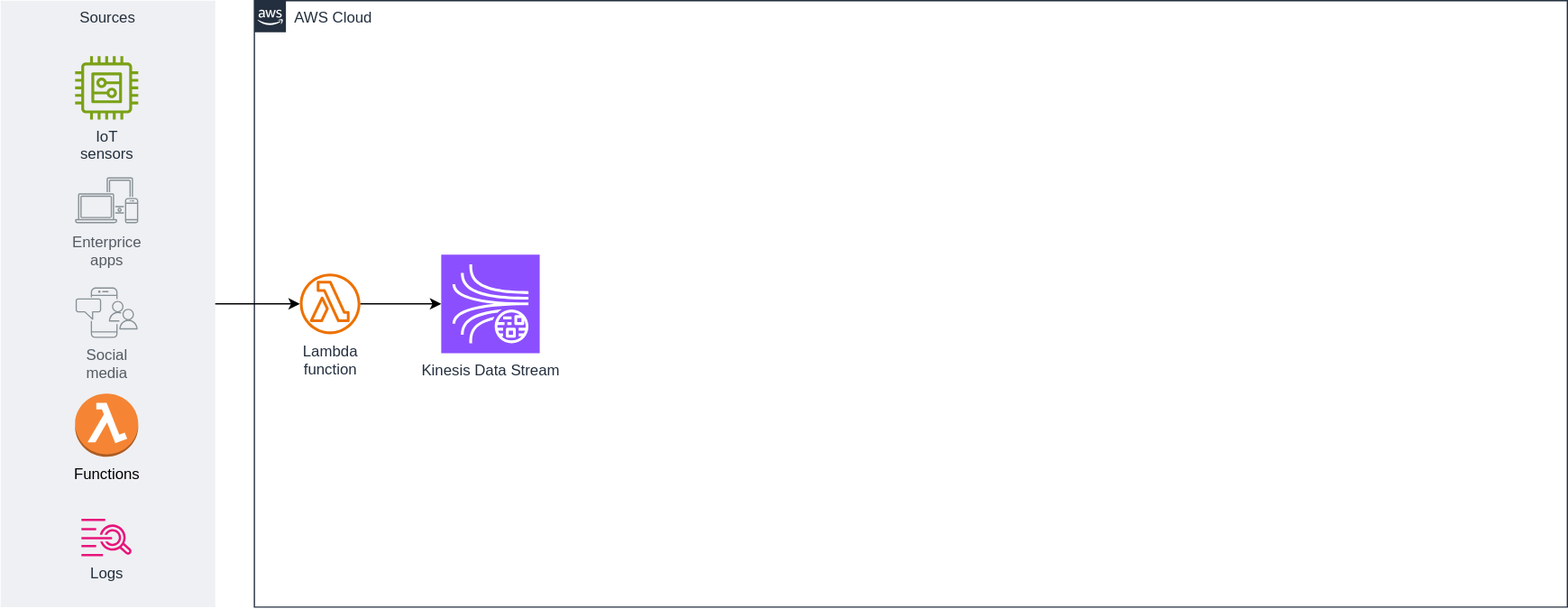
Above: data-batch-and-stream-architecture-pattern.drawio.svg in edgarinhm/b4bit-architecture-scalable-challenge (draw.io), before the change. Source tidied: cells renumbered, new cells last; positions are measured from the earlier drawing's top-left corner, leaving out a move shared by most shapes.
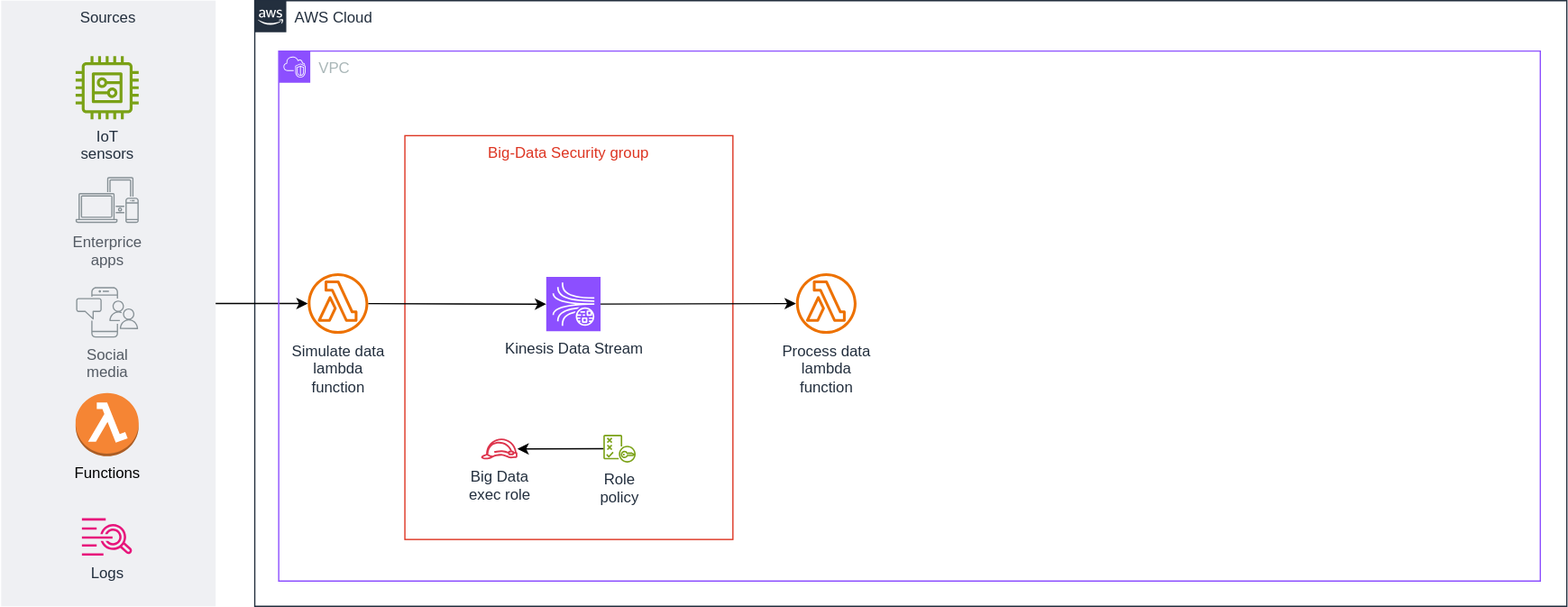
The same file after the commit.

Commit message:
add ingest layer

Change to the diagram source:
```diff
@@ -2,6 +2,12 @@
   <root>
     <mxCell id="0" />
     <mxCell id="1" parent="0" />
+    <mxCell id="9" value="AWS Cloud" style="gradientColor=none;html=1;whiteSpace=wrap;fontSize=12;fontStyle=0;shape=mxgraph.aws4.group;grIcon=mxgraph.aws4.group_aws_cloud_alt;strokeColor=#232F3E;fillColor=none;verticalAlign=top;align=left;spacingLeft=30;fontColor=#232F3E;dashed=0;" parent="1" vertex="1">
+      <mxGeometry x="201" width="1040" height="480" as="geometry" />
+    </mxCell>
+    <mxCell id="11" value="Simulate data&amp;nbsp;&lt;div&gt;lambda&lt;/div&gt;&lt;div&gt;function&lt;/div&gt;" style="sketch=0;outlineConnect=0;fontColor=#232F3E;gradientColor=none;fillColor=#ED7100;strokeColor=none;dashed=0;verticalLabelPosition=bottom;verticalAlign=top;align=center;html=1;fontSize=12;fontStyle=0;shape=mxgraph.aws4.lambda_function;" parent="9" vertex="1">
+      <mxGeometry x="42" y="216" width="48" height="48" as="geometry" />
+    </mxCell>
     <mxCell id="2" style="group;" parent="1" vertex="1">
       <mxGeometry width="170" height="480" as="geometry" />
     </mxCell>
@@ -23,20 +29,38 @@
     <mxCell id="8" value="IoT&lt;div&gt;sensors&lt;/div&gt;" style="sketch=0;fontColor=#232F3E;gradientColor=none;fillColor=#7AA116;strokeColor=none;dashed=0;verticalLabelPosition=bottom;verticalAlign=top;align=center;html=1;fontSize=12;fontStyle=0;shape=mxgraph.aws4.generic;" parent="2" vertex="1">
       <mxGeometry x="59" y="44" width="50" height="50" as="geometry" />
     </mxCell>
-    <mxCell id="9" value="AWS Cloud" style="gradientColor=none;html=1;whiteSpace=wrap;fontSize=12;fontStyle=0;shape=mxgraph.aws4.group;grIcon=mxgraph.aws4.group_aws_cloud_alt;strokeColor=#232F3E;fillColor=none;verticalAlign=top;align=left;spacingLeft=30;fontColor=#232F3E;dashed=0;" parent="1" vertex="1">
-      <mxGeometry x="201" width="1040" height="480" as="geometry" />
-    </mxCell>
+    <mxCell id="13" style="edgeStyle=none;html=1;" parent="1" edge="1" source="3" target="11">
+      <mxGeometry relative="1" as="geometry" />
+    </mxCell>
+    <mxCell id="14" value="VPC" style="gradientColor=none;html=1;whiteSpace=wrap;fontSize=12;fontStyle=0;shape=mxgraph.aws4.group;grIcon=mxgraph.aws4.group_vpc2;strokeColor=#8C4FFF;fillColor=none;verticalAlign=top;align=left;spacingLeft=30;fontColor=#AAB7B8;dashed=0;" parent="1" vertex="1">
+      <mxGeometry x="220" y="40" width="1000" height="420" as="geometry" />
+    </mxCell>
+    <mxCell id="15" value="Process data&lt;div&gt;lambda&lt;div&gt;function&lt;/div&gt;&lt;/div&gt;" style="sketch=0;outlineConnect=0;fontColor=#232F3E;gradientColor=none;fillColor=#ED7100;strokeColor=none;dashed=0;verticalLabelPosition=bottom;verticalAlign=top;align=center;html=1;fontSize=12;fontStyle=0;shape=mxgraph.aws4.lambda_function;" parent="14" vertex="1">
+      <mxGeometry x="410" y="176" width="48" height="48" as="geometry" />
+    </mxCell>
+    <mxCell id="16" style="group;" parent="14" vertex="1">
+      <mxGeometry x="100" y="67" width="260" height="320" as="geometry" />
+    </mxCell>
+    <mxCell id="17" value="Big-Data Security group" style="fillColor=none;strokeColor=#DD3522;verticalAlign=top;fontStyle=0;fontColor=#DD3522;whiteSpace=wrap;html=1;" parent="16" vertex="1">
+      <mxGeometry width="260" height="320" as="geometry" />
+    </mxCell>
-    <mxCell id="10" value="Kinesis Data Stream" style="sketch=0;points=[[0,0,0],[0.25,0,0],[0.5,0,0],[0.75,0,0],[1,0,0],[0,1,0],[0.25,1,0],[0.5,1,0],[0.75,1,0],[1,1,0],[0,0.25,0],[0,0.5,0],[0,0.75,0],[1,0.25,0],[1,0.5,0],[1,0.75,0]];outlineConnect=0;fontColor=#232F3E;fillColor=#8C4FFF;strokeColor=#ffffff;dashed=0;verticalLabelPosition=bottom;verticalAlign=top;align=center;html=1;fontSize=12;fontStyle=0;shape=mxgraph.aws4.resourceIcon;resIcon=mxgraph.aws4.kinesis_data_streams;" parent="9" vertex="1">
-      <mxGeometry x="148" y="201" width="78" height="78" as="geometry" />
+    <mxCell id="10" value="Kinesis Data Stream" style="sketch=0;points=[[0,0,0],[0.25,0,0],[0.5,0,0],[0.75,0,0],[1,0,0],[0,1,0],[0.25,1,0],[0.5,1,0],[0.75,1,0],[1,1,0],[0,0.25,0],[0,0.5,0],[0,0.75,0],[1,0.25,0],[1,0.5,0],[1,0.75,0]];outlineConnect=0;fontColor=#232F3E;fillColor=#8C4FFF;strokeColor=#ffffff;dashed=0;verticalLabelPosition=bottom;verticalAlign=top;align=center;html=1;fontSize=12;fontStyle=0;shape=mxgraph.aws4.resourceIcon;resIcon=mxgraph.aws4.kinesis_data_streams;" parent="16" vertex="1">
+      <mxGeometry x="112" y="112" width="43.1" height="43.1" as="geometry" />
     </mxCell>
-    <mxCell id="11" value="Lambda&lt;div&gt;function&lt;/div&gt;" style="sketch=0;outlineConnect=0;fontColor=#232F3E;gradientColor=none;fillColor=#ED7100;strokeColor=none;dashed=0;verticalLabelPosition=bottom;verticalAlign=top;align=center;html=1;fontSize=12;fontStyle=0;shape=mxgraph.aws4.lambda_function;" parent="9" vertex="1">
-      <mxGeometry x="36" y="216" width="48" height="48" as="geometry" />
-    </mxCell>
+    <mxCell id="18" value="Big Data&lt;div&gt;exec role&lt;/div&gt;" style="sketch=0;outlineConnect=0;fontColor=#232F3E;gradientColor=none;fillColor=#DD344C;strokeColor=none;dashed=0;verticalLabelPosition=bottom;verticalAlign=top;align=center;html=1;fontSize=12;fontStyle=0;shape=mxgraph.aws4.role;" parent="16" vertex="1">
+      <mxGeometry x="60.1" y="240" width="29.4" height="16.6" as="geometry" />
+    </mxCell>
+    <mxCell id="19" value="Role&amp;nbsp;&lt;div&gt;policy&lt;/div&gt;" style="sketch=0;outlineConnect=0;fontColor=#232F3E;gradientColor=none;fillColor=#7AA116;strokeColor=none;dashed=0;verticalLabelPosition=bottom;verticalAlign=top;align=center;html=1;fontSize=12;fontStyle=0;shape=mxgraph.aws4.policy;" parent="16" vertex="1">
+      <mxGeometry x="157.3" y="237" width="25.7" height="22.1" as="geometry" />
+    </mxCell>
+    <mxCell id="20" style="edgeStyle=none;html=1;" parent="16" edge="1" source="19" target="18">
+      <mxGeometry relative="1" as="geometry" />
+    </mxCell>
+    <mxCell id="21" style="edgeStyle=none;html=1;" parent="14" edge="1" source="10" target="15">
+      <mxGeometry relative="1" as="geometry" />
+    </mxCell>
-    <mxCell id="12" style="edgeStyle=none;html=1;entryX=0;entryY=0.5;entryDx=0;entryDy=0;entryPerimeter=0;" parent="9" edge="1" source="11" target="10">
+    <mxCell id="12" style="edgeStyle=none;html=1;entryX=0;entryY=0.5;entryDx=0;entryDy=0;entryPerimeter=0;" parent="1" edge="1" source="11" target="10">
       <mxGeometry relative="1" as="geometry" />
     </mxCell>
-    <mxCell id="13" style="edgeStyle=none;html=1;" parent="1" edge="1" source="3" target="11">
-      <mxGeometry relative="1" as="geometry" />
-    </mxCell>
   </root>
 </mxGraphModel>
```
